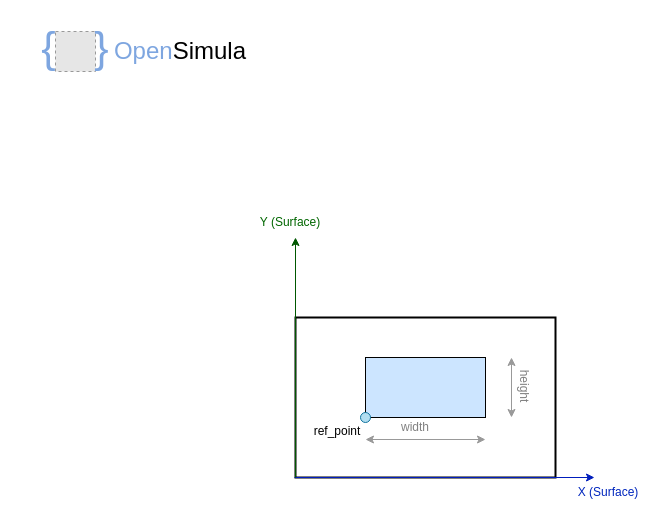
The draw.io diagram page "Página-4" (4 of 4) of docs/logos/Coordinate system.drawio in jfCoronel/OpenSimula, before the edit. Source tidied: cells renumbered, new cells numbered last; positions are measured from the earlier drawing's top-left corner, leaving out a move shared by most shapes. Both pictures are drawn from the tidied source at 100%, with x=0, y=0 at pixel (17, 17). Pictures stored in the file or linked from it are replaced by grey dashed boxes.
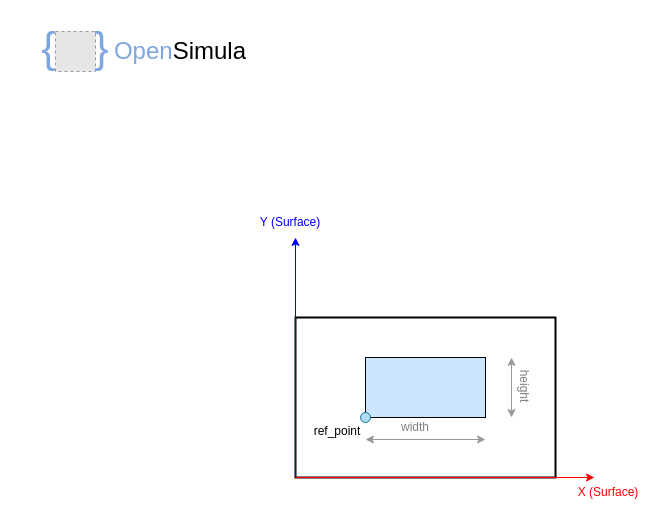
The same diagram, later.

The edit, as a diff of the source:
```diff
@@
-    <mxCell id="7" style="endArrow=classic;html=1;rounded=0;fillColor=#0050ef;strokeColor=#001DBC;" parent="1" edge="1">
+    <mxCell id="7" style="endArrow=classic;html=1;rounded=0;fillColor=#0050ef;strokeColor=#FF0000;" parent="1" edge="1">
       <mxGeometry relative="1" as="geometry">
         <mxPoint x="277" y="460" as="sourcePoint" />
         <mxPoint x="577" y="460" as="targetPoint" />
       </mxGeometry>
     </mxCell>
-    <mxCell id="8" style="endArrow=classic;html=1;rounded=0;fillColor=#008a00;strokeColor=#005700;" parent="1" edge="1">
+    <mxCell id="8" style="endArrow=classic;html=1;rounded=0;fillColor=#008a00;strokeColor=#0000FF;" parent="1" edge="1">
       <mxGeometry relative="1" as="geometry">
         <mxPoint x="278" y="460" as="sourcePoint" />
         <mxPoint x="278" y="220" as="targetPoint" />
       </mxGeometry>
     </mxCell>
-    <mxCell id="9" value="X (Surface)" style="text;strokeColor=none;align=center;fillColor=none;html=1;verticalAlign=middle;whiteSpace=wrap;rounded=0;fontColor=#0026bd;" parent="1" vertex="1">
+    <mxCell id="9" value="X (Surface)" style="text;strokeColor=none;align=center;fillColor=none;html=1;verticalAlign=middle;whiteSpace=wrap;rounded=0;fontColor=#FF0000;" parent="1" vertex="1">
       <mxGeometry x="556" y="460" width="70" height="30" as="geometry" />
     </mxCell>
-    <mxCell id="10" value="&lt;font color=&quot;#006600&quot;&gt;Y (Surface)&lt;/font&gt;" style="text;strokeColor=none;align=center;fillColor=none;html=1;verticalAlign=middle;whiteSpace=wrap;rounded=0;fontColor=#0026bd;" parent="1" vertex="1">
+    <mxCell id="10" value="&lt;font&gt;Y (Surface)&lt;/font&gt;" style="text;strokeColor=none;align=center;fillColor=none;html=1;verticalAlign=middle;whiteSpace=wrap;rounded=0;fontColor=#0000FF;" parent="1" vertex="1">
       <mxGeometry x="228" y="190" width="90" height="30" as="geometry" />
     </mxCell>
```
